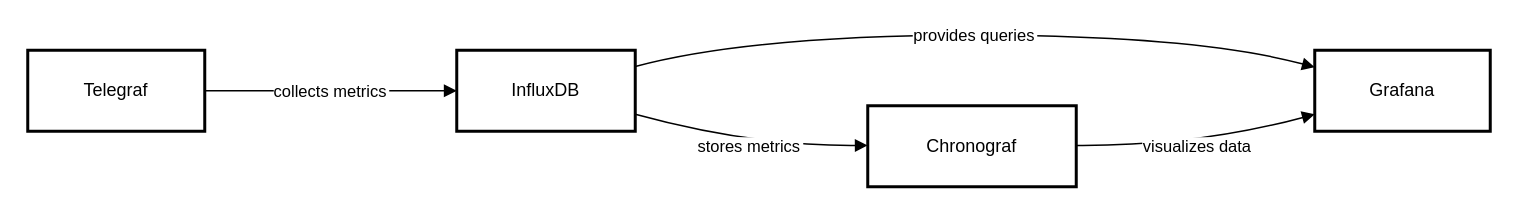
Before: TIG.drawio in phamkhanhbk/TIG-Stack-using-InfluxDB-3, a draw.io diagram. Source tidied: cells renumbered, new cells numbered last; positions are measured from the earlier drawing's top-left corner, leaving out a move shared by most shapes. Both pictures are drawn from the tidied source at 150%, with x=0, y=0 at pixel (27, 34).
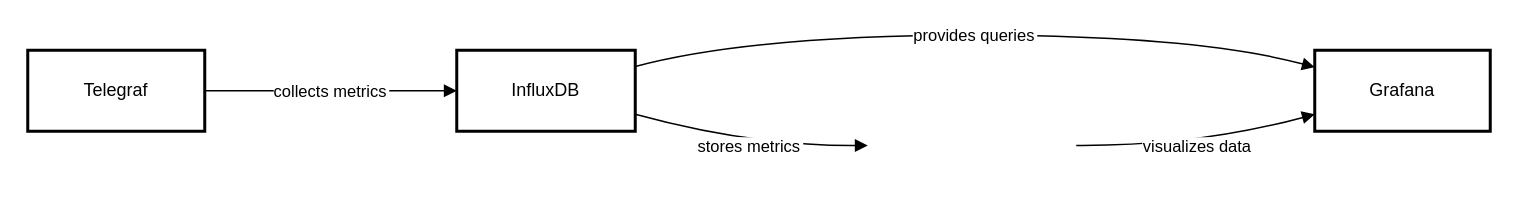
The same diagram, later.

The edit, as a diff of the source:
```diff
@@
 <mxGraphModel>
   <root>
     <mxCell id="0" />
     <mxCell id="1" parent="0" />
     <mxCell id="2" value="Telegraf" style="whiteSpace=wrap;strokeWidth=2;" parent="1" vertex="1">
       <mxGeometry y="10" width="118" height="54" as="geometry" />
     </mxCell>
     <mxCell id="3" value="InfluxDB" style="whiteSpace=wrap;strokeWidth=2;" parent="1" vertex="1">
       <mxGeometry x="286" y="10" width="119" height="54" as="geometry" />
     </mxCell>
-    <mxCell id="4" value="Chronograf" style="whiteSpace=wrap;strokeWidth=2;" parent="1" vertex="1">
-      <mxGeometry x="560" y="47" width="139" height="54" as="geometry" />
-    </mxCell>
     <mxCell id="5" value="Grafana" style="whiteSpace=wrap;strokeWidth=2;" parent="1" vertex="1">
       <mxGeometry x="858" y="10" width="117" height="54" as="geometry" />
     </mxCell>
     <mxCell id="6" value="collects metrics" style="curved=1;startArrow=none;endArrow=block;exitX=1;exitY=0.5;entryX=0;entryY=0.5;" parent="1" edge="1" source="2" target="3">
       <mxGeometry relative="1" as="geometry" />
     </mxCell>
-    <mxCell id="7" value="stores metrics" style="curved=1;startArrow=none;endArrow=block;exitX=1;exitY=0.79;entryX=0;entryY=0.49;" parent="1" edge="1" source="3" target="4">
+    <mxCell id="7" value="stores metrics" style="curved=1;startArrow=none;endArrow=block;exitX=1;exitY=0.79;entryX=0;entryY=0.49;" parent="1" edge="1" source="3">
       <mxGeometry relative="1" as="geometry">
+        <mxPoint x="560" y="73.5" as="targetPoint" />
         <Array as="points">
           <mxPoint x="483" y="74" />
         </Array>
       </mxGeometry>
     </mxCell>
     <mxCell id="8" value="provides queries" style="curved=1;startArrow=none;endArrow=block;exitX=1;exitY=0.2;entryX=0;entryY=0.21;" parent="1" edge="1" source="3" target="5">
       <mxGeometry relative="1" as="geometry">
         <Array as="points">
           <mxPoint x="483" />
           <mxPoint x="779" />
         </Array>
       </mxGeometry>
     </mxCell>
-    <mxCell id="9" value="visualizes data" style="curved=1;startArrow=none;endArrow=block;exitX=1;exitY=0.49;entryX=0;entryY=0.79;" parent="1" edge="1" source="4" target="5">
+    <mxCell id="9" value="visualizes data" style="curved=1;startArrow=none;endArrow=block;exitX=1;exitY=0.49;entryX=0;entryY=0.79;" parent="1" edge="1" target="5">
       <mxGeometry relative="1" as="geometry">
+        <mxPoint x="699" y="73.5" as="sourcePoint" />
         <Array as="points">
           <mxPoint x="779" y="74" />
         </Array>
       </mxGeometry>
     </mxCell>
   </root>
 </mxGraphModel>
```
